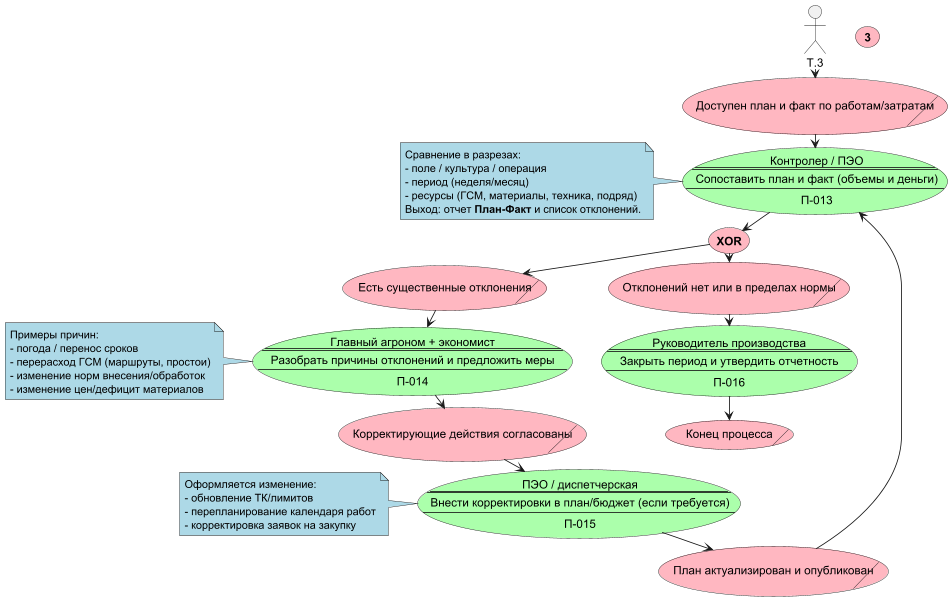
Earlier version of the PlantUML export out/docs/СхемаПроцесса/FieldWorksPlanningProcessPart4.png (redokov/infostart2026). Its diagram source:
```plantuml
@startuml FieldWorksPlanningProcessPart4
top to bottom direction
skinparam ranksep 10
skinparam dpi 80
skinparam packageTitleAlignment left

skinparam usecase {
  BackgroundColor LightPink
}
skinparam note {
  BackgroundColor LightBlue
}
skinparam rectangle {
  BackgroundColor LightGray
}

usecase Т.3 as "**3**"

usecase/ С.17 as "Доступен план и факт по работам/затратам"

usecase Ф.13 #AAFFAA as "
Контролер / ПЭО
====
Сопоставить план и факт (объемы и деньги)
----
П-013"
note left of Ф.13
Сравнение в разрезах:
- поле / культура / операция
- период (неделя/месяц)
- ресурсы (ГСМ, материалы, техника, подряд)
Выход: отчет **План-Факт** и список отклонений.
end note

usecase У.3 as (**XOR**)

usecase/ С.18 as "Отклонений нет или в пределах нормы"
usecase/ С.19 as "Есть существенные отклонения"

usecase Ф.14 #AAFFAA as "
Главный агроном + экономист
====
Разобрать причины отклонений и предложить меры
----
П-014"
note left of Ф.14
Примеры причин:
- погода / перенос сроков
- перерасход ГСМ (маршруты, простои)
- изменение норм внесения/обработок
- изменение цен/дефицит материалов
end note

usecase/ С.20 as "Корректирующие действия согласованы"

usecase Ф.15 #AAFFAA as "
ПЭО / диспетчерская
====
Внести корректировки в план/бюджет (если требуется)
----
П-015"
note left of Ф.15
Оформляется изменение:
- обновление ТК/лимитов
- перепланирование календаря работ
- корректировка заявок на закупку
end note

usecase/ С.21 as "План актуализирован и опубликован"

usecase Ф.16 #AAFFAA as "
Руководитель производства
====
Закрыть период и утвердить отчетность
----
П-016"

usecase/ S.99 as "Конец процесса"

T.3 -d-> С.17
С.17 -d-> Ф.13
Ф.13 -d-> У.3
У.3 -d-> С.18
У.3 -d-> С.19

С.19 -d-> Ф.14
Ф.14 -d-> С.20
С.20 -d-> Ф.15
Ф.15 -d-> С.21
С.21 -d-> Ф.13

С.18 -d-> Ф.16
Ф.16 -d-> S.99
@enduml
```
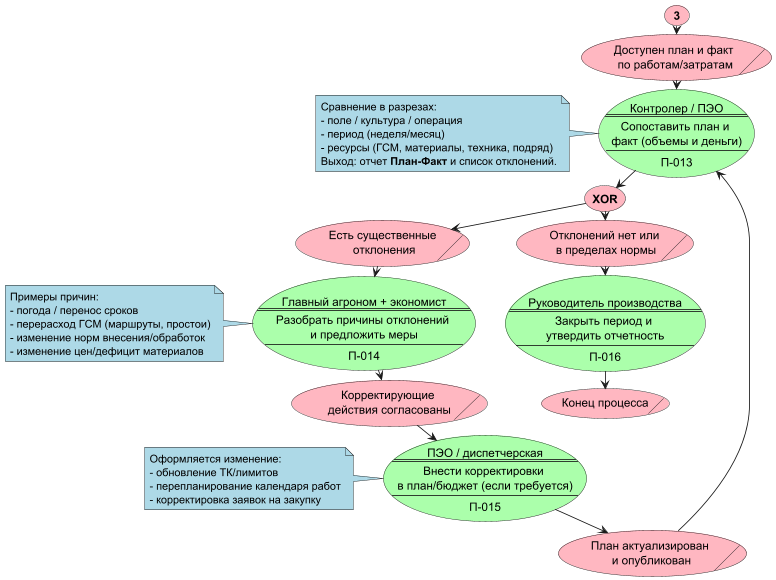
After the commit.

What changed in the source:
```diff
@@ -16,12 +16,13 @@
 
 usecase Т.3 as "**3**"
 
-usecase/ С.17 as "Доступен план и факт по работам/затратам"
+usecase/ С.17 as "Доступен план и факт\n по работам/затратам"
 
 usecase Ф.13 #AAFFAA as "
 Контролер / ПЭО
 ====
-Сопоставить план и факт (объемы и деньги)
+Сопоставить план и
+факт (объемы и деньги)
 ----
 П-013"
 note left of Ф.13
@@ -34,13 +35,14 @@
 
 usecase У.3 as (**XOR**)
 
-usecase/ С.18 as "Отклонений нет или в пределах нормы"
-usecase/ С.19 as "Есть существенные отклонения"
+usecase/ С.18 as "Отклонений нет или\n в пределах нормы"
+usecase/ С.19 as "Есть существенные\n отклонения"
 
 usecase Ф.14 #AAFFAA as "
 Главный агроном + экономист
 ====
-Разобрать причины отклонений и предложить меры
+Разобрать причины отклонений
+и предложить меры
 ----
 П-014"
 note left of Ф.14
@@ -51,12 +53,13 @@
 - изменение цен/дефицит материалов
 end note
 
-usecase/ С.20 as "Корректирующие действия согласованы"
+usecase/ С.20 as "Корректирующие \nдействия согласованы"
 
 usecase Ф.15 #AAFFAA as "
 ПЭО / диспетчерская
 ====
-Внести корректировки в план/бюджет (если требуется)
+Внести корректировки
+в план/бюджет (если требуется)
 ----
 П-015"
 note left of Ф.15
@@ -66,18 +69,19 @@
 - корректировка заявок на закупку
 end note
 
-usecase/ С.21 as "План актуализирован и опубликован"
+usecase/ С.21 as "План актуализирован\n и опубликован"
 
 usecase Ф.16 #AAFFAA as "
 Руководитель производства
 ====
-Закрыть период и утвердить отчетность
+Закрыть период и
+утвердить отчетность
 ----
 П-016"
 
 usecase/ S.99 as "Конец процесса"
 
-T.3 -d-> С.17
+Т.3 -d-> С.17
 С.17 -d-> Ф.13
 Ф.13 -d-> У.3
 У.3 -d-> С.18
```
